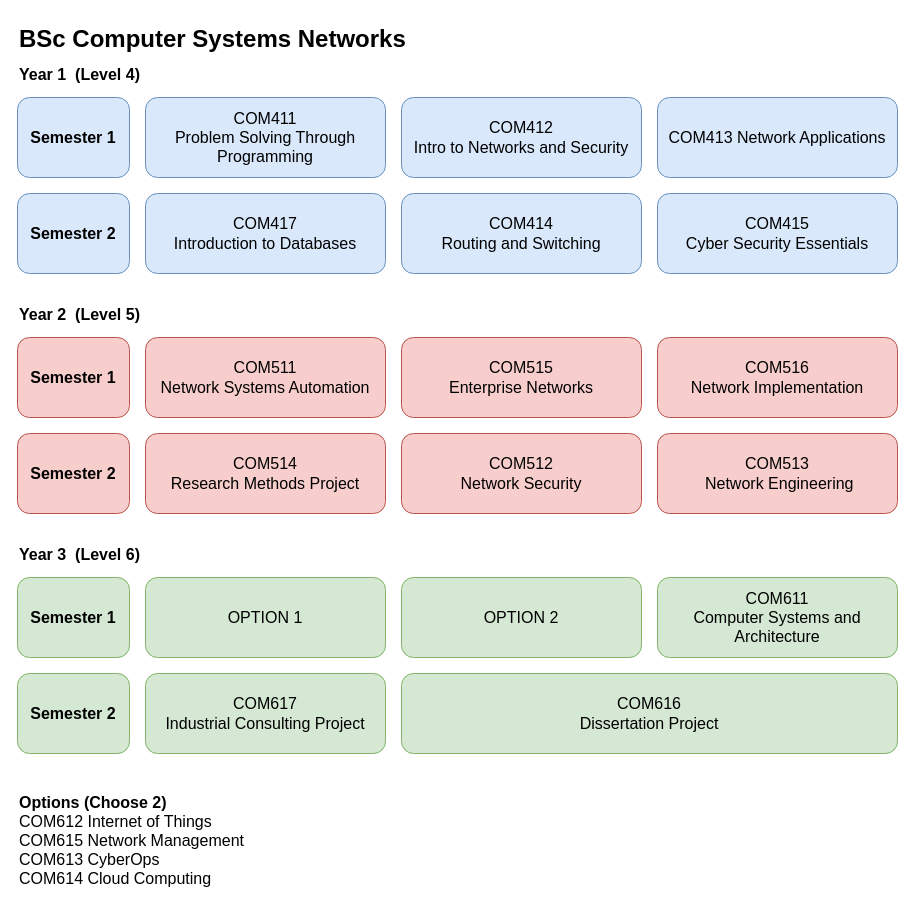
Earlier version of the draw.io diagram page "BSc Computer Systems Networks" (3 of 4) of ALL_UG_2023.drawio (martinsolent/solent_diagrams). Source tidied: cells renumbered, new cells numbered last; positions are measured from the earlier drawing's top-left corner, leaving out a move shared by most shapes. Both pictures are drawn from the tidied source at 100%, with x=0, y=0 at pixel (17, 17).
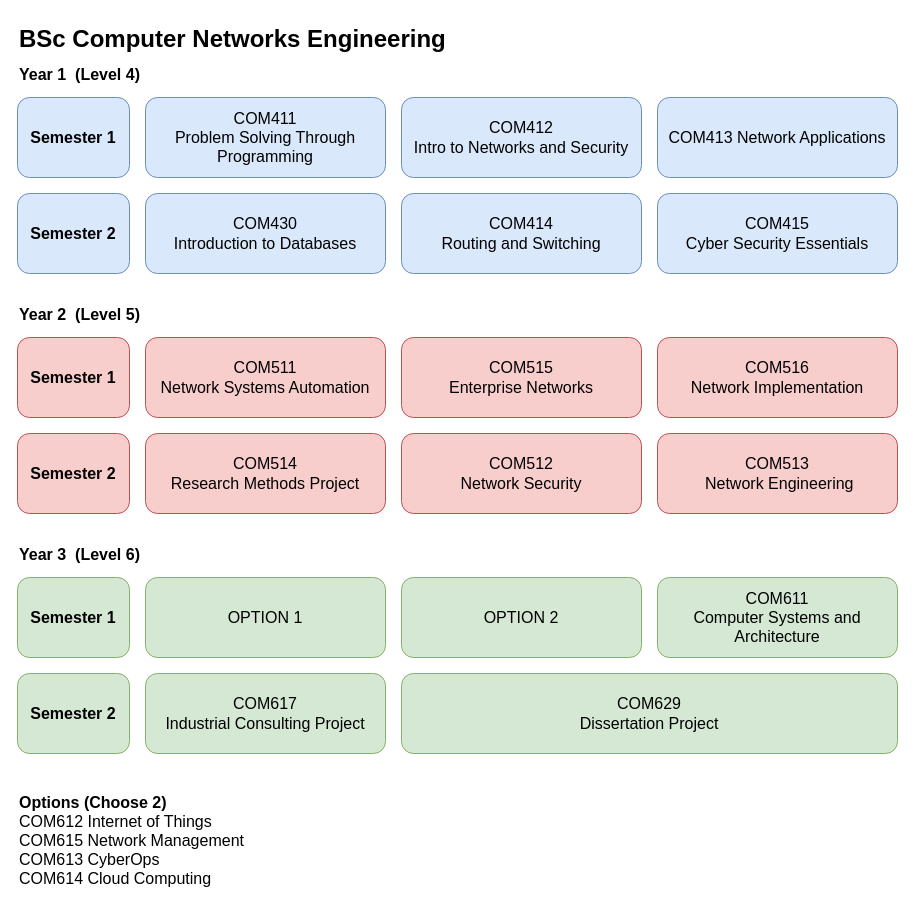
The same diagram, later.

Change to the diagram source:
```diff
@@
-    <mxCell id="6" value="&lt;font style=&quot;font-size: 16px;&quot;&gt;COM417&lt;br&gt;Introduction to Databases&lt;/font&gt;" style="rounded=1;whiteSpace=wrap;html=1;fillColor=#dae8fc;strokeColor=#6c8ebf;" parent="1" vertex="1">
+    <mxCell id="6" value="&lt;font style=&quot;font-size: 16px;&quot;&gt;COM430&lt;br&gt;Introduction to Databases&lt;/font&gt;" style="rounded=1;whiteSpace=wrap;html=1;fillColor=#dae8fc;strokeColor=#6c8ebf;" parent="1" vertex="1">
       <mxGeometry x="128" y="176" width="240" height="80" as="geometry" />
     </mxCell>
@@
-    <mxCell id="10" value="&lt;font style=&quot;font-size: 24px;&quot;&gt;&lt;b&gt;&lt;font style=&quot;font-size: 24px;&quot;&gt;BSc&amp;nbsp;&lt;/font&gt;Computer Systems Networks&lt;/b&gt;&lt;/font&gt;" style="text;html=1;align=left;verticalAlign=middle;strokeColor=none;fillColor=none;" parent="1" vertex="1">
-      <mxGeometry width="408" height="44" as="geometry" />
+    <mxCell id="10" value="&lt;font style=&quot;font-size: 24px;&quot;&gt;&lt;b&gt;&lt;font style=&quot;font-size: 24px;&quot;&gt;BSc&amp;nbsp;&lt;/font&gt;Computer Networks Engineering&lt;/b&gt;&lt;/font&gt;" style="text;html=1;align=left;verticalAlign=middle;strokeColor=none;fillColor=none;" parent="1" vertex="1">
+      <mxGeometry width="448" height="44" as="geometry" />
     </mxCell>
@@
-    <mxCell id="26" value="&lt;font style=&quot;font-size: 16px;&quot;&gt;COM616&lt;br&gt;Dissertation Project &lt;/font&gt;" style="rounded=1;whiteSpace=wrap;html=1;fillColor=#d5e8d4;strokeColor=#82b366;" parent="1" vertex="1">
+    <mxCell id="26" value="&lt;font style=&quot;font-size: 16px;&quot;&gt;COM629&lt;br&gt;Dissertation Project &lt;/font&gt;" style="rounded=1;whiteSpace=wrap;html=1;fillColor=#d5e8d4;strokeColor=#82b366;" parent="1" vertex="1">
       <mxGeometry x="384" y="656" width="496" height="80" as="geometry" />
     </mxCell>
```
